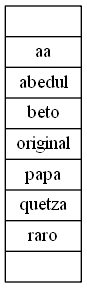
This is Inorden.png from ByLy23/Scrabble_CPP, a Graphviz export, as it was before one commit. Its source is kept beside it as Inorden.dot.
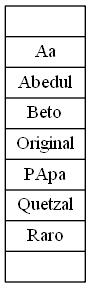
After the commit.

Change to the diagram source:
```diff
@@ -1,4 +1,4 @@
 digraph graficaInorden{
  linkdir=LR
- arreglo[shape= record label= "{|aa|abedul|beto|original|papa|quetza|raro|}"];
+ arreglo[shape= record label= "{|Aa|Abedul|Beto|Original|PApa|Quetzal|Raro|}"];
 }
```
